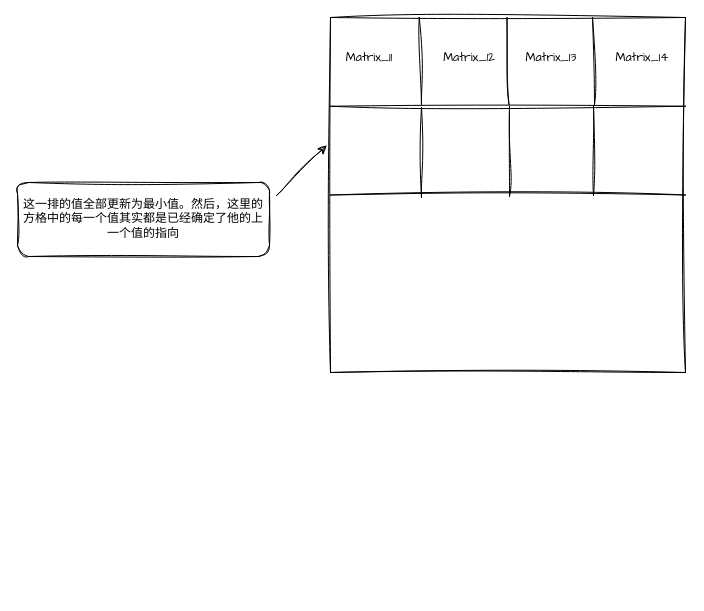
Above: page "TCP的流量控制" (3 of 3) of ruby.drawio in zhongyupei666/noteFile (draw.io), before the change. Source tidied: cells renumbered, new cells numbered last; positions are measured from the earlier drawing's top-left corner, leaving out a move shared by most shapes. Both pictures are drawn from the tidied source at 100%, with x=0, y=0 at pixel (17, 17).
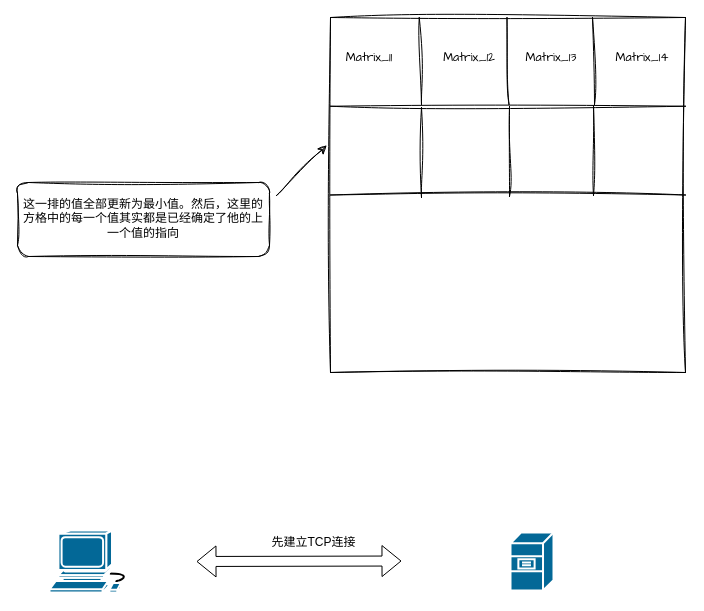
Above is the later version.

What changed in the source:
```diff
@@
+    <mxCell id="17" style="shape=mxgraph.cisco.computers_and_peripherals.workstation;sketch=0;html=1;dashed=0;fillColor=#036897;strokeColor=#ffffff;strokeWidth=2;verticalLabelPosition=bottom;verticalAlign=top;align=center;" parent="1" vertex="1">
+      <mxGeometry x="32" y="513" width="83" height="62" as="geometry" />
+    </mxCell>
+    <mxCell id="18" style="shape=mxgraph.cisco.servers.file_server;sketch=0;html=1;dashed=0;fillColor=#036897;strokeColor=#ffffff;strokeWidth=2;verticalLabelPosition=bottom;verticalAlign=top;align=center;" parent="1" vertex="1">
+      <mxGeometry x="493" y="515" width="43" height="58" as="geometry" />
+    </mxCell>
+    <mxCell id="19" style="shape=flexArrow;endArrow=classic;startArrow=classic;html=1;rounded=0;" parent="1" edge="1">
+      <mxGeometry relative="1" as="geometry">
+        <mxPoint x="179" y="544" as="sourcePoint" />
+        <mxPoint x="384" y="543.5" as="targetPoint" />
+      </mxGeometry>
+    </mxCell>
+    <mxCell id="20" value="先建立TCP连接" style="text;html=1;align=center;verticalAlign=middle;whiteSpace=wrap;rounded=0;" parent="1" vertex="1">
+      <mxGeometry x="242" y="510" width="109" height="30" as="geometry" />
+    </mxCell>
```
